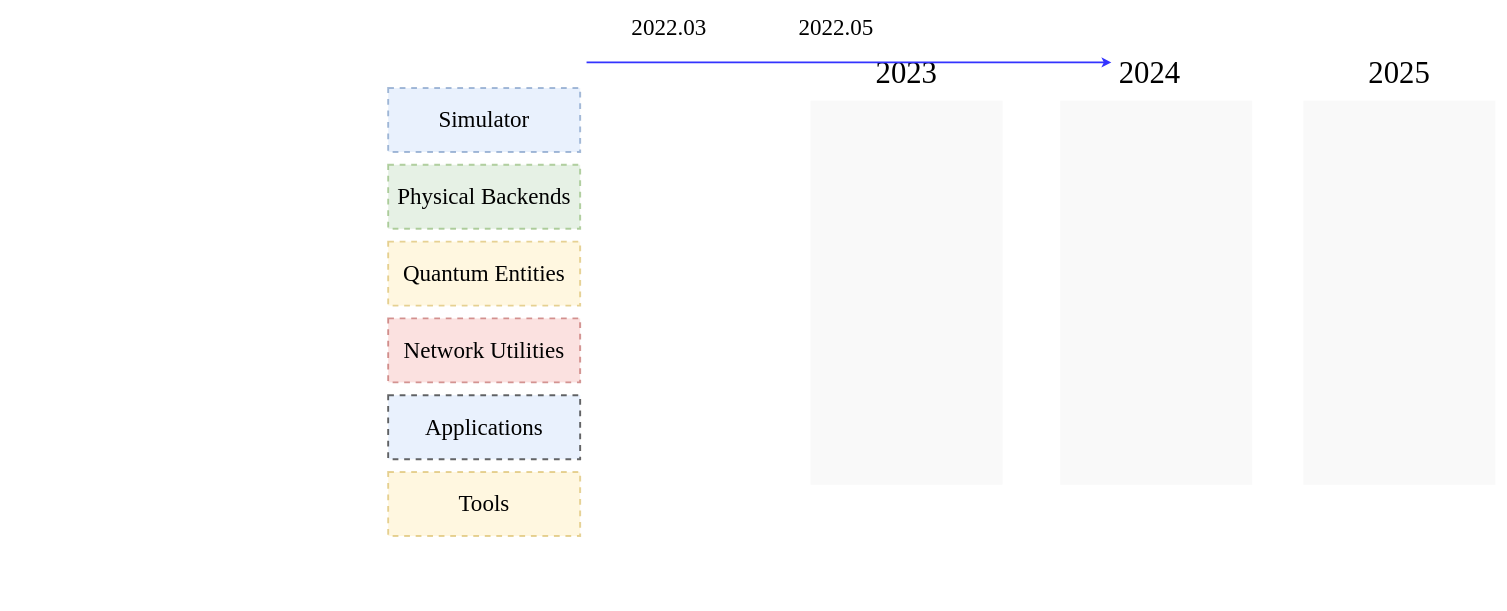
Earlier version of the draw.io diagram 未命名绘图.drawio (yyq2020/simqn_roadmap). Source tidied: cells renumbered, new cells numbered last; positions are measured from the earlier drawing's top-left corner, leaving out a move shared by most shapes. Both pictures are drawn from the tidied source at 64%, with x=0, y=0 at pixel (388, 11).
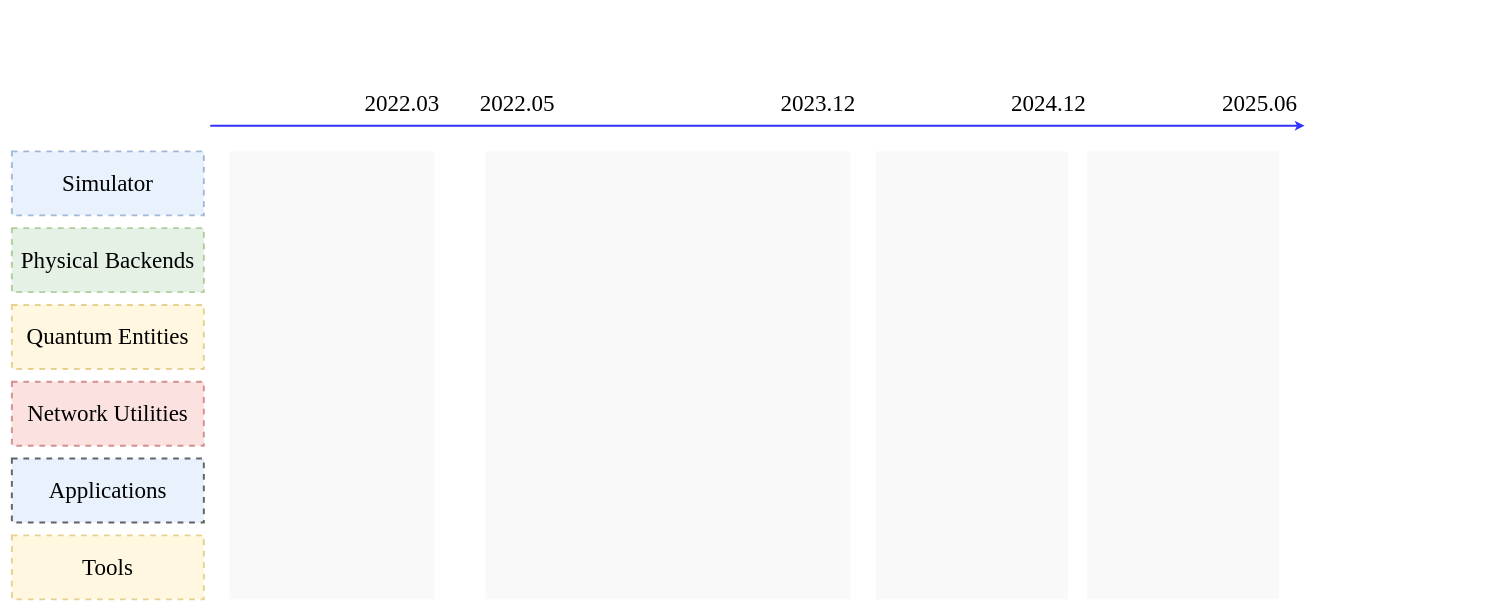
The same page after the edit.

Commit message (it also covers changes not shown here):
更新未命名绘图.drawio

Diff of the diagram source:
```diff
@@
 <mxGraphModel>
   <root>
     <mxCell id="0" />
     <mxCell id="1" parent="0" />
     <mxCell id="2" value="&lt;font style=&quot;font-size: 36px;&quot;&gt;Simulator&lt;/font&gt;" style="rounded=0;whiteSpace=wrap;html=1;fillColor=#dae8fc;strokeColor=#6c8ebf;opacity=60;labelPosition=center;verticalLabelPosition=middle;align=center;verticalAlign=middle;fontFamily=Times New Roman;fontSize=20;dashed=1;strokeWidth=3;" parent="1" vertex="1">
-      <mxGeometry y="120" width="300" height="100" as="geometry" />
+      <mxGeometry x="-588" y="219" width="300" height="100" as="geometry" />
     </mxCell>
     <mxCell id="3" style="rounded=0;whiteSpace=wrap;html=1;fillColor=#f5f5f5;fontColor=#333333;strokeColor=none;gradientColor=none;opacity=60;labelPosition=center;verticalLabelPosition=middle;align=center;verticalAlign=middle;fontFamily=Times New Roman;fontSize=20;" parent="1" vertex="1">
-      <mxGeometry x="660" y="140" width="300" height="600" as="geometry" />
+      <mxGeometry x="-248" y="219" width="320" height="700" as="geometry" />
     </mxCell>
     <mxCell id="4" style="rounded=0;whiteSpace=wrap;html=1;fillColor=#f5f5f5;fontColor=#333333;strokeColor=none;gradientColor=none;opacity=60;labelPosition=center;verticalLabelPosition=middle;align=center;verticalAlign=middle;fontFamily=Times New Roman;fontSize=20;" parent="1" vertex="1">
-      <mxGeometry x="1430" y="140" width="300" height="600" as="geometry" />
+      <mxGeometry x="762" y="219" width="300" height="700" as="geometry" />
     </mxCell>
     <mxCell id="5" style="rounded=0;whiteSpace=wrap;html=1;fillColor=#f5f5f5;fontColor=#333333;strokeColor=none;gradientColor=none;opacity=60;labelPosition=center;verticalLabelPosition=middle;align=center;verticalAlign=middle;fontFamily=Times New Roman;fontSize=20;" parent="1" vertex="1">
-      <mxGeometry x="1050" y="140" width="300" height="600" as="geometry" />
+      <mxGeometry x="152" y="219" width="570" height="700" as="geometry" />
     </mxCell>
     <mxCell id="6" value="&lt;font style=&quot;font-size: 36px;&quot;&gt;2022.03&lt;/font&gt;" style="text;strokeColor=none;align=center;fillColor=none;html=1;verticalAlign=middle;whiteSpace=wrap;rounded=0;fontFamily=Times New Roman;" parent="1" vertex="1">
-      <mxGeometry x="369" width="140" height="50" as="geometry" />
+      <mxGeometry x="-48" y="119" width="140" height="50" as="geometry" />
     </mxCell>
-    <mxCell id="7" value="&lt;font style=&quot;font-size: 48px;&quot;&gt;2023&lt;/font&gt;" style="text;strokeColor=none;align=center;fillColor=none;html=1;verticalAlign=middle;whiteSpace=wrap;rounded=0;fontFamily=Times New Roman;" parent="1" vertex="1">
-      <mxGeometry x="740" y="70" width="140" height="50" as="geometry" />
+    <mxCell id="7" value="&lt;font style=&quot;font-size: 36px;&quot;&gt;2023.12&lt;/font&gt;" style="text;strokeColor=none;align=center;fillColor=none;html=1;verticalAlign=middle;whiteSpace=wrap;rounded=0;fontFamily=Times New Roman;" parent="1" vertex="1">
+      <mxGeometry x="602" y="119" width="140" height="50" as="geometry" />
     </mxCell>
-    <mxCell id="8" value="&lt;font style=&quot;font-size: 48px;&quot;&gt;2024&lt;/font&gt;" style="text;strokeColor=none;align=center;fillColor=none;html=1;verticalAlign=middle;whiteSpace=wrap;rounded=0;fontFamily=Times New Roman;" parent="1" vertex="1">
-      <mxGeometry x="1120" y="70" width="140" height="50" as="geometry" />
+    <mxCell id="8" value="&lt;font style=&quot;font-size: 36px;&quot;&gt;2024.12&lt;/font&gt;" style="text;strokeColor=none;align=center;fillColor=none;html=1;verticalAlign=middle;whiteSpace=wrap;rounded=0;fontFamily=Times New Roman;" parent="1" vertex="1">
+      <mxGeometry x="962" y="119" width="140" height="50" as="geometry" />
     </mxCell>
-    <mxCell id="9" value="&lt;font style=&quot;font-size: 48px;&quot;&gt;2025&lt;/font&gt;" style="text;strokeColor=none;align=center;fillColor=none;html=1;verticalAlign=middle;whiteSpace=wrap;rounded=0;fontFamily=Times New Roman;" parent="1" vertex="1">
-      <mxGeometry x="1510" y="70" width="140" height="50" as="geometry" />
+    <mxCell id="9" value="&lt;font style=&quot;font-size: 36px;&quot;&gt;2025.06&lt;/font&gt;" style="text;strokeColor=none;align=center;fillColor=none;html=1;verticalAlign=middle;whiteSpace=wrap;rounded=0;fontFamily=Times New Roman;" parent="1" vertex="1">
+      <mxGeometry x="1292" y="119" width="140" height="50" as="geometry" />
     </mxCell>
     <mxCell id="10" style="endArrow=classic;html=1;rounded=0;strokeColor=#3333FF;strokeWidth=3;" parent="1" edge="1">
       <mxGeometry relative="1" as="geometry">
-        <mxPoint x="310" y="80" as="sourcePoint" />
-        <mxPoint x="1130" y="80" as="targetPoint" />
+        <mxPoint x="-278" y="179" as="sourcePoint" />
+        <mxPoint x="1432" y="179" as="targetPoint" />
       </mxGeometry>
     </mxCell>
     <mxCell id="11" value="&lt;font style=&quot;font-size: 36px;&quot;&gt;Applications&lt;/font&gt;" style="rounded=0;whiteSpace=wrap;html=1;fillColor=#dae8fc;strokeColor=default;opacity=60;labelPosition=center;verticalLabelPosition=middle;align=center;verticalAlign=middle;fontFamily=Times New Roman;fontSize=20;dashed=1;strokeWidth=3;" parent="1" vertex="1">
-      <mxGeometry y="600" width="300" height="100" as="geometry" />
+      <mxGeometry x="-588" y="699" width="300" height="100" as="geometry" />
     </mxCell>
     <mxCell id="12" value="&lt;font style=&quot;font-size: 36px;&quot;&gt;Physical Backends&lt;/font&gt;" style="rounded=0;whiteSpace=wrap;html=1;fillColor=#d5e8d4;strokeColor=#82b366;opacity=60;labelPosition=center;verticalLabelPosition=middle;align=center;verticalAlign=middle;fontFamily=Times New Roman;fontSize=20;dashed=1;strokeWidth=3;" parent="1" vertex="1">
-      <mxGeometry y="240" width="300" height="100" as="geometry" />
+      <mxGeometry x="-588" y="339" width="300" height="100" as="geometry" />
     </mxCell>
     <mxCell id="13" value="&lt;font style=&quot;font-size: 36px;&quot;&gt;Quantum Entities&lt;/font&gt;" style="rounded=0;whiteSpace=wrap;html=1;fillColor=#fff2cc;strokeColor=#d6b656;opacity=60;labelPosition=center;verticalLabelPosition=middle;align=center;verticalAlign=middle;fontFamily=Times New Roman;fontSize=20;dashed=1;strokeWidth=3;" parent="1" vertex="1">
-      <mxGeometry y="360" width="300" height="100" as="geometry" />
+      <mxGeometry x="-588" y="459" width="300" height="100" as="geometry" />
     </mxCell>
     <mxCell id="14" value="&lt;font style=&quot;font-size: 36px;&quot;&gt;Network Utilities&lt;/font&gt;" style="rounded=0;whiteSpace=wrap;html=1;fillColor=#f8cecc;strokeColor=#b85450;opacity=60;labelPosition=center;verticalLabelPosition=middle;align=center;verticalAlign=middle;fontFamily=Times New Roman;fontSize=20;dashed=1;strokeWidth=3;" parent="1" vertex="1">
-      <mxGeometry y="480" width="300" height="100" as="geometry" />
+      <mxGeometry x="-588" y="579" width="300" height="100" as="geometry" />
     </mxCell>
     <mxCell id="15" value="&lt;font style=&quot;font-size: 36px;&quot;&gt;Tools&lt;/font&gt;" style="rounded=0;whiteSpace=wrap;html=1;fillColor=#fff2cc;strokeColor=#d6b656;opacity=60;labelPosition=center;verticalLabelPosition=middle;align=center;verticalAlign=middle;fontFamily=Times New Roman;fontSize=20;dashed=1;strokeWidth=3;" parent="1" vertex="1">
-      <mxGeometry y="720" width="300" height="100" as="geometry" />
+      <mxGeometry x="-588" y="819" width="300" height="100" as="geometry" />
     </mxCell>
     <mxCell id="16" value="&lt;font style=&quot;font-size: 36px;&quot;&gt;2022.05&lt;/font&gt;" style="text;strokeColor=none;align=center;fillColor=none;html=1;verticalAlign=middle;whiteSpace=wrap;rounded=0;fontFamily=Times New Roman;" parent="1" vertex="1">
-      <mxGeometry x="630" width="140" height="50" as="geometry" />
+      <mxGeometry x="132" y="119" width="140" height="50" as="geometry" />
     </mxCell>
+    <mxCell id="17" style="rounded=0;whiteSpace=wrap;html=1;fillColor=#f5f5f5;fontColor=#333333;strokeColor=none;gradientColor=none;opacity=60;labelPosition=center;verticalLabelPosition=middle;align=center;verticalAlign=middle;fontFamily=Times New Roman;fontSize=20;" parent="1" vertex="1">
+      <mxGeometry x="1092" y="219" width="300" height="700" as="geometry" />
+    </mxCell>
   </root>
 </mxGraphModel>
```
